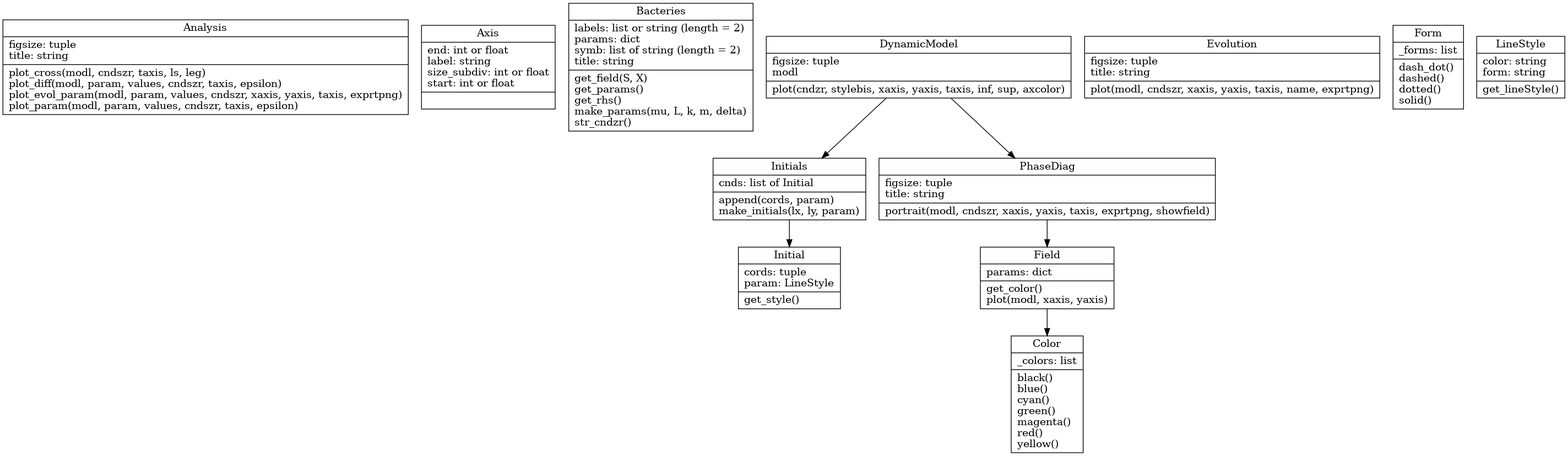
Before: pysrc/uml/uml_diagram.png, a diagram exported from Graphviz (Quentin18/Model-Developpement-Bacteries). Its source is kept beside it as pysrc/uml/uml_diagram.dot.
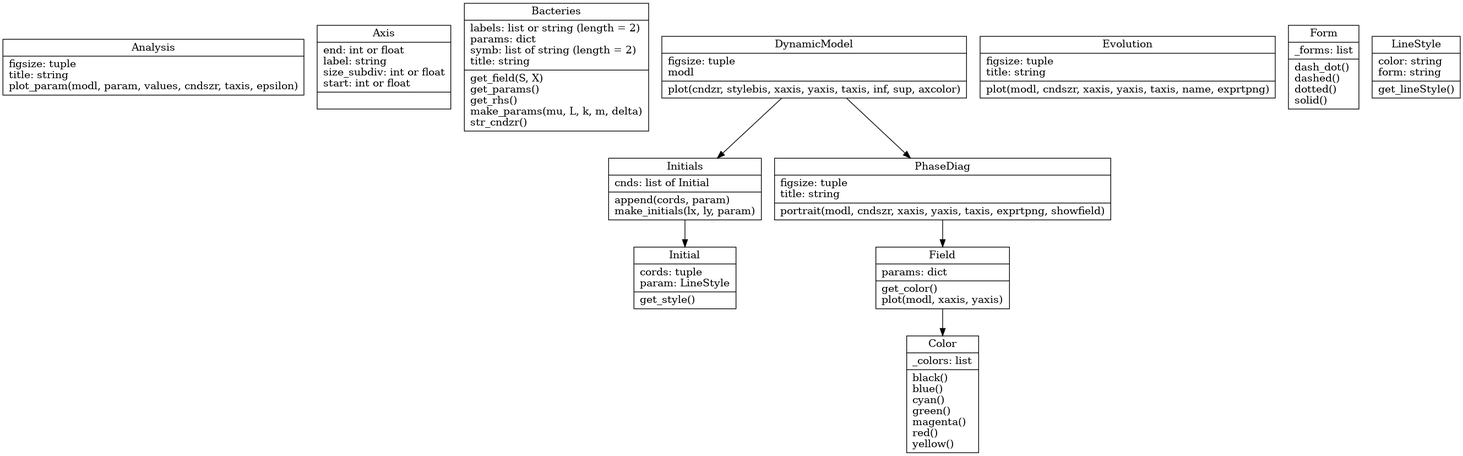
The same file after the commit.

The edit, as a diff of the source:
```diff
@@ -1,7 +1,7 @@
 digraph "classes_model_bacteries" {
 charset="utf-8"
 rankdir=TB
-"0" [label="{Analysis|figsize: tuple\ltitle: string\l|plot_cross(modl, cndszr, taxis, ls, leg)\lplot_diff(modl, param, values, cndszr, taxis, epsilon)\lplot_evol_param(modl, param, values, cndszr, xaxis, yaxis, taxis, exprtpng)\lplot_param(modl, param, values, cndszr, taxis, epsilon)\l}", shape="record"];
+"0" [label="{Analysis|figsize: tuple\ltitle: string\lplot_param(modl, param, values, cndszr, taxis, epsilon)\l}", shape="record"];
 "1" [label="{Axis|end: int or float\llabel: string\lsize_subdiv: int or float\lstart: int or float\l|}", shape="record"];
 "2" [label="{Bacteries|labels: list or string (length = 2)\lparams: dict\lsymb: list of string (length = 2)\ltitle: string\l|get_field(S, X)\lget_params()\lget_rhs()\lmake_params(mu, L, k, m, delta)\lstr_cndzr()\l}", shape="record"];
 "3" [label="{Color|_colors: list\l|black()\lblue()\lcyan()\lgreen()\lmagenta()\lred()\lyellow()\l}", shape="record"];
```
